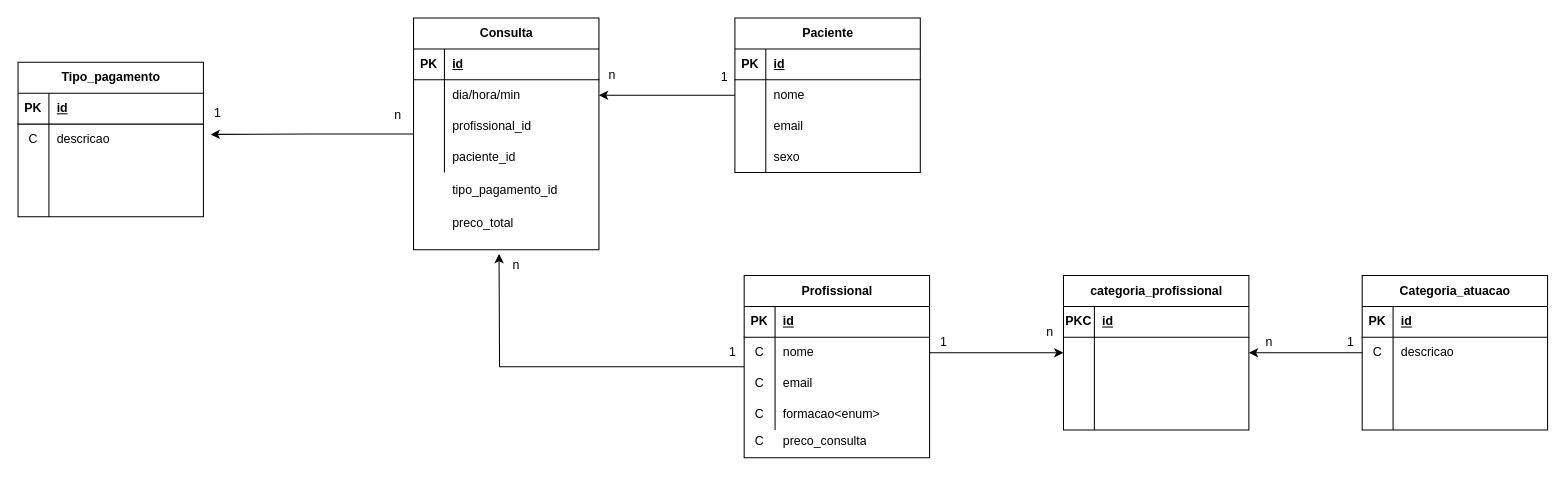
gabriel-andreoli/clinica_spring keeps this draw.io diagram as diagrams/DER.drawio. Above is the earlier version. Source tidied: cells renumbered, new cells numbered last; positions are measured from the earlier drawing's top-left corner, leaving out a move shared by most shapes. Both pictures are drawn from the tidied source at 103%, with x=0, y=0 at pixel (18, 18).
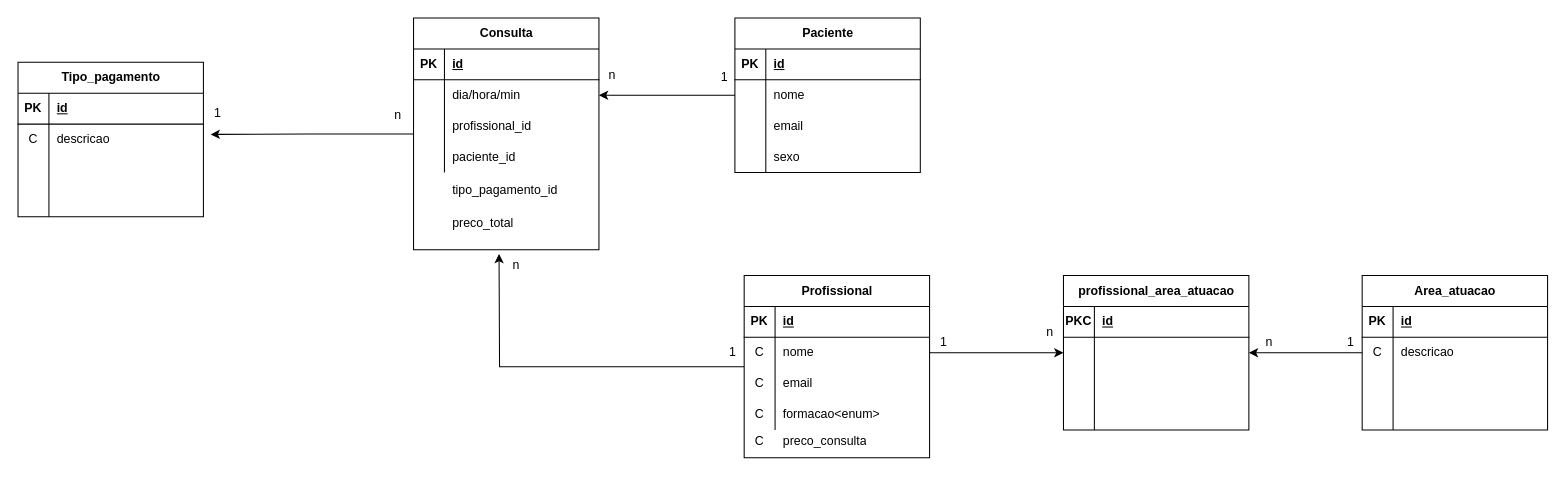
After the change.

The edit, as a diff of the source:
```diff
@@
-    <mxCell id="31" value="Categoria_atuacao" style="shape=table;startSize=30;childLayout=tableLayout;rowLines=0;fontStyle=1;align=center;html=1;" parent="1" vertex="1">
+    <mxCell id="31" value="Area_atuacao" style="shape=table;startSize=30;childLayout=tableLayout;rowLines=0;fontStyle=1;align=center;html=1;" parent="1" vertex="1">
       <mxGeometry x="1305" y="250" width="180" height="150" as="geometry" />
     </mxCell>
@@
-    <mxCell id="58" value="categoria_profissional" style="shape=table;startSize=30;childLayout=tableLayout;rowLines=0;fontStyle=1;align=center;html=1;" parent="1" vertex="1">
+    <mxCell id="58" value="profissional_area_atuacao" style="shape=table;startSize=30;childLayout=tableLayout;rowLines=0;fontStyle=1;align=center;html=1;" parent="1" vertex="1">
       <mxGeometry x="1015" y="250" width="180" height="150" as="geometry" />
     </mxCell>
```
